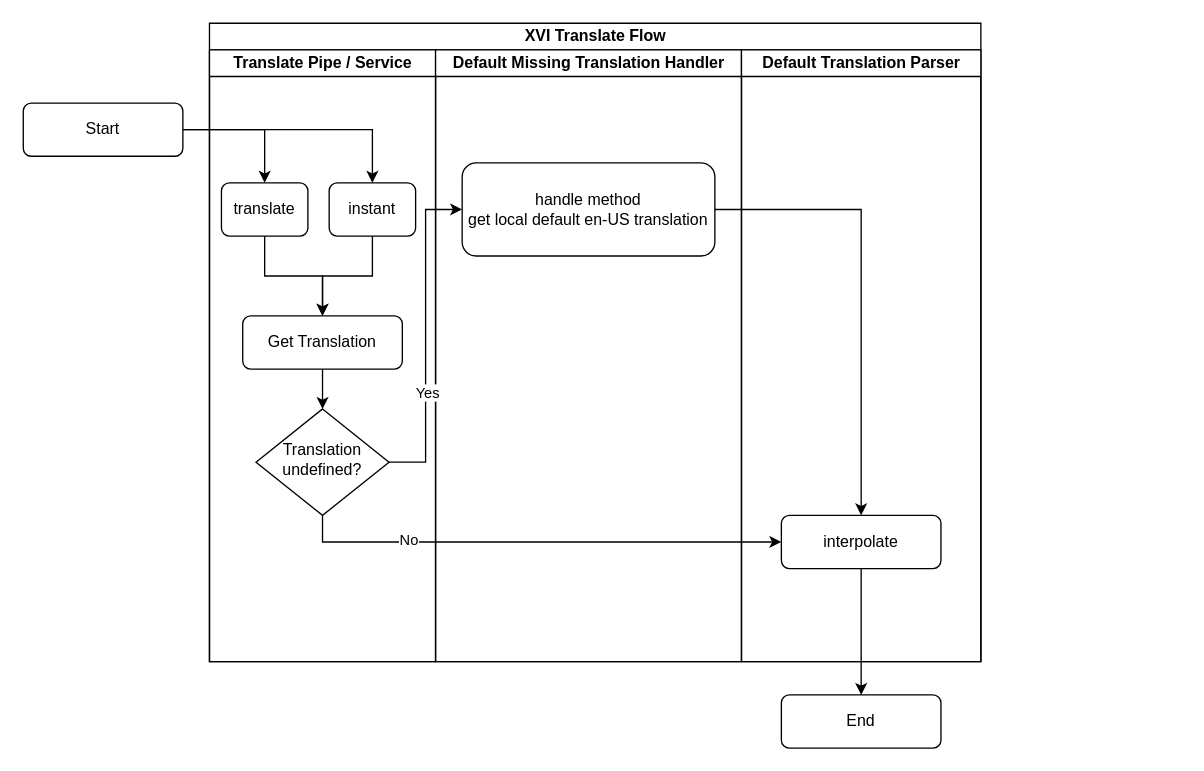
The draw.io diagram XVI Translate Flow(translate).drawio in SmileSB1O1/draw-active, before the edit. Source tidied: cells renumbered, new cells numbered last; positions are measured from the earlier drawing's top-left corner, leaving out a move shared by most shapes. Both pictures are drawn from the tidied source at 133%, with x=0, y=0 at pixel (23, 23).
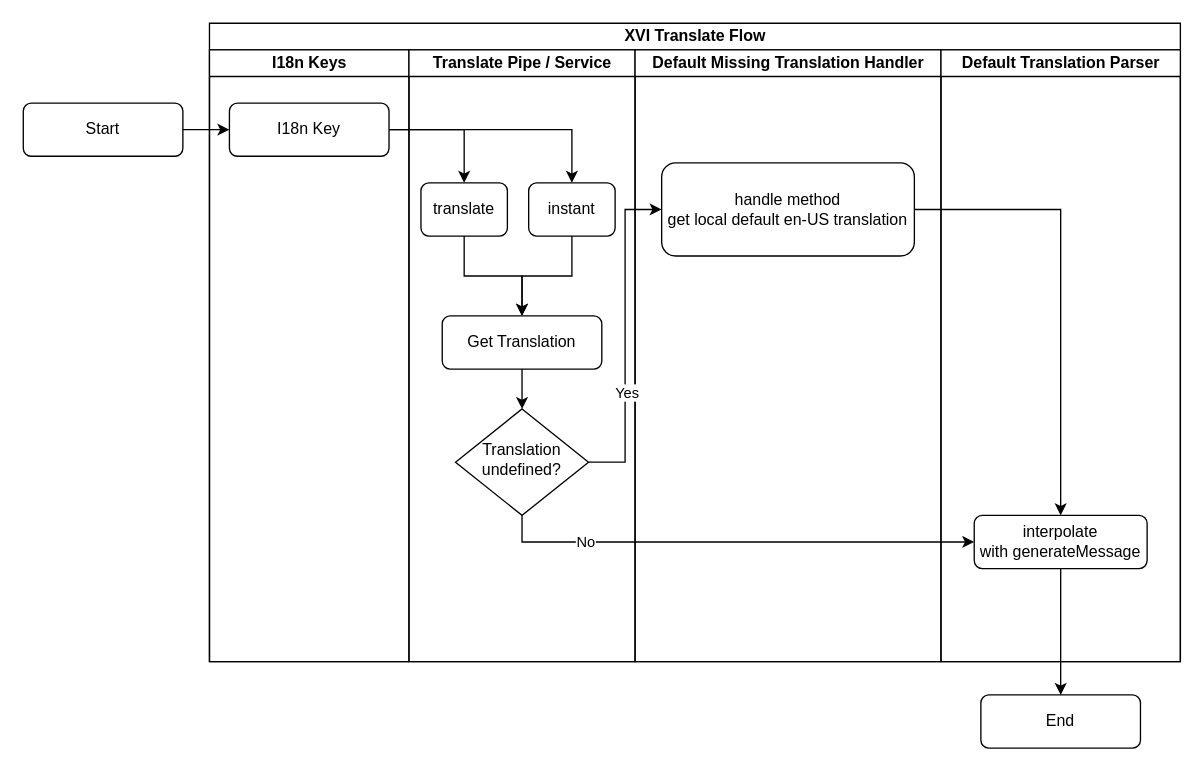
The same diagram, later.

Unchanged cells that the change refers to:
```xml
<mxCell id="5" value="translate" style="rounded=1;whiteSpace=wrap;html=1;fontSize=12;glass=0;strokeWidth=1;shadow=0;" parent="3" vertex="1">
  <mxGeometry x="9" y="100" width="65" height="40" as="geometry" />
</mxCell>
<mxCell id="7" value="instant" style="rounded=1;whiteSpace=wrap;html=1;fontSize=12;glass=0;strokeWidth=1;shadow=0;" parent="3" vertex="1">
  <mxGeometry x="90" y="100" width="65" height="40" as="geometry" />
</mxCell>
<mxCell id="10" value="Translation undefined?" style="rhombus;whiteSpace=wrap;html=1;shadow=0;fontFamily=Helvetica;fontSize=12;align=center;strokeWidth=1;spacing=6;spacingTop=-4;" parent="3" vertex="1">
  <mxGeometry x="35" y="270" width="100" height="80" as="geometry" />
</mxCell>
<mxCell id="22" value="Start" style="rounded=1;whiteSpace=wrap;html=1;fontSize=12;glass=0;strokeWidth=1;shadow=0;" parent="1" vertex="1">
  <mxGeometry y="60" width="120" height="40" as="geometry" />
</mxCell>
```

What changed in the source:
```diff
@@
     <mxCell id="2" value="XVI Translate Flow" style="swimlane;startSize=20;html=1;" parent="1" vertex="1">
-      <mxGeometry x="140" width="580" height="480" as="geometry" />
+      <mxGeometry x="140" width="730" height="480" as="geometry" />
     </mxCell>
+    <mxCell id="25" value="I18n Keys" style="swimlane;startSize=20;html=1;" parent="2" vertex="1">
+      <mxGeometry y="20" width="150" height="460" as="geometry" />
+    </mxCell>
+    <mxCell id="26" value="I18n Key" style="rounded=1;whiteSpace=wrap;html=1;fontSize=12;glass=0;strokeWidth=1;shadow=0;" parent="25" vertex="1">
+      <mxGeometry x="15" y="40" width="120" height="40" as="geometry" />
+    </mxCell>
     <mxCell id="3" value="Translate Pipe / Service" style="swimlane;startSize=20;html=1;" parent="2" vertex="1">
-      <mxGeometry y="20" width="170" height="460" as="geometry" />
+      <mxGeometry x="150" y="20" width="170" height="460" as="geometry" />
     </mxCell>
@@
     <mxCell id="11" value="Default Missing Translation Handler" style="swimlane;startSize=20;html=1;" parent="2" vertex="1">
-      <mxGeometry x="170" y="20" width="230" height="460" as="geometry" />
+      <mxGeometry x="320" y="20" width="230" height="460" as="geometry" />
     </mxCell>
@@
     <mxCell id="13" value="Default Translation Parser" style="swimlane;startSize=20;html=1;" parent="2" vertex="1">
-      <mxGeometry x="400" y="20" width="180" height="460" as="geometry" />
+      <mxGeometry x="550" y="20" width="180" height="460" as="geometry" />
     </mxCell>
-    <mxCell id="14" value="interpolate" style="rounded=1;whiteSpace=wrap;html=1;fontSize=12;glass=0;strokeWidth=1;shadow=0;" parent="13" vertex="1">
-      <mxGeometry x="30" y="350" width="120" height="40" as="geometry" />
+    <mxCell id="14" value="interpolate&lt;div&gt;with generateMessage&lt;/div&gt;" style="rounded=1;whiteSpace=wrap;html=1;fontSize=12;glass=0;strokeWidth=1;shadow=0;" parent="13" vertex="1">
+      <mxGeometry x="25" y="350" width="130" height="40" as="geometry" />
     </mxCell>
@@
     <mxCell id="17" style="edgeStyle=orthogonalEdgeStyle;rounded=0;jettySize=auto;html=1;exitX=0.5;exitY=1;exitDx=0;exitDy=0;entryX=0;entryY=0.5;entryDx=0;entryDy=0;" parent="2" edge="1" source="10" target="14">
       <mxGeometry relative="1" as="geometry">
         <Array as="points">
-          <mxPoint x="85" y="390" />
+          <mxPoint x="235" y="390" />
         </Array>
       </mxGeometry>
     </mxCell>
     <mxCell id="18" value="No" style="edgeLabel;html=1;align=center;verticalAlign=middle;" parent="17" vertex="1">
-      <mxGeometry x="-0.54" y="2" relative="1" as="geometry" />
+      <mxGeometry x="-0.63" y="1" relative="1" as="geometry" />
     </mxCell>
@@
-    <mxCell id="20" style="edgeStyle=orthogonalEdgeStyle;rounded=0;jettySize=auto;html=1;exitX=1;exitY=0.5;exitDx=0;exitDy=0;entryX=0.5;entryY=0;entryDx=0;entryDy=0;" parent="1" edge="1" source="22" target="5">
-      <mxGeometry relative="1" as="geometry" />
-    </mxCell>
-    <mxCell id="21" style="edgeStyle=orthogonalEdgeStyle;rounded=0;jettySize=auto;html=1;entryX=0.5;entryY=0;entryDx=0;entryDy=0;" parent="1" edge="1" source="22" target="7">
-      <mxGeometry relative="1" as="geometry" />
-    </mxCell>
+    <mxCell id="27" style="edgeStyle=orthogonalEdgeStyle;rounded=0;jettySize=auto;html=1;exitX=1;exitY=0.5;exitDx=0;exitDy=0;entryX=0.5;entryY=0;entryDx=0;entryDy=0;" parent="2" edge="1" source="26" target="7">
+      <mxGeometry relative="1" as="geometry" />
+    </mxCell>
+    <mxCell id="28" style="edgeStyle=orthogonalEdgeStyle;rounded=0;jettySize=auto;html=1;entryX=0.5;entryY=0;entryDx=0;entryDy=0;" parent="2" edge="1" source="26" target="5">
+      <mxGeometry relative="1" as="geometry" />
+    </mxCell>
+    <mxCell id="29" style="edgeStyle=orthogonalEdgeStyle;rounded=0;jettySize=auto;html=1;exitX=1;exitY=0.5;exitDx=0;exitDy=0;entryX=0;entryY=0.5;entryDx=0;entryDy=0;" parent="1" edge="1" source="22" target="26">
+      <mxGeometry relative="1" as="geometry" />
+    </mxCell>
@@
     <mxCell id="23" value="End" style="rounded=1;whiteSpace=wrap;html=1;fontSize=12;glass=0;strokeWidth=1;shadow=0;" parent="1" vertex="1">
-      <mxGeometry x="570" y="505" width="120" height="40" as="geometry" />
+      <mxGeometry x="720" y="505" width="120" height="40" as="geometry" />
     </mxCell>
```
